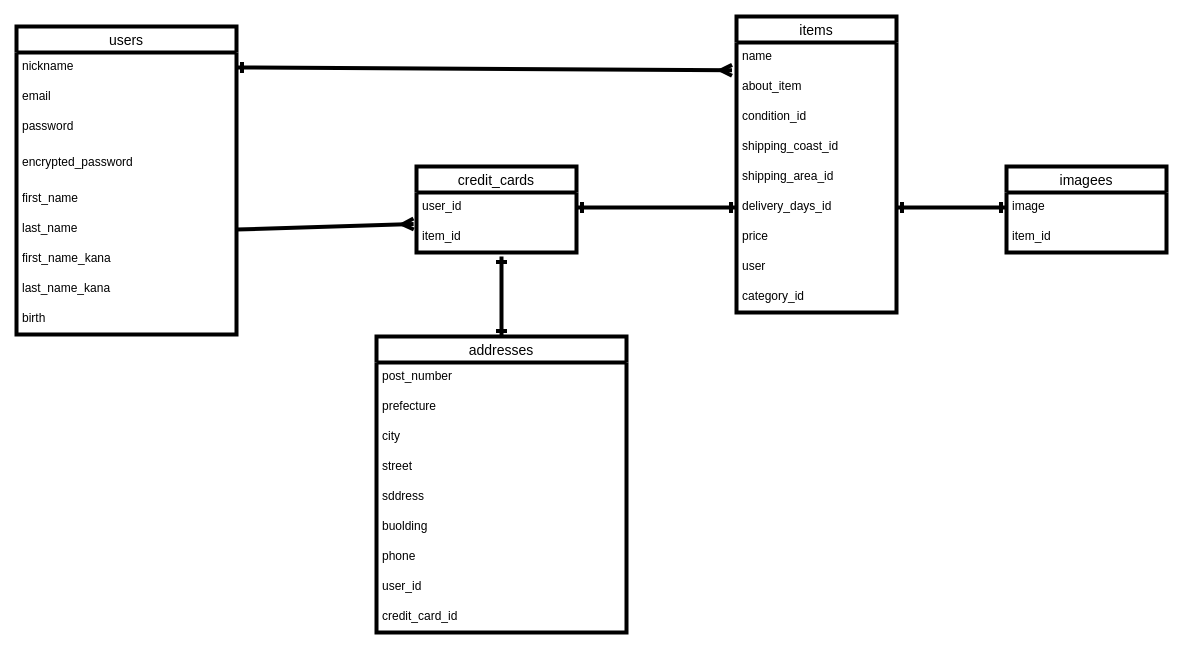
Above: app/views/test.dio in hugele/furima-3798 (draw.io), before the change. Source tidied: cells renumbered, new cells numbered last; positions are measured from the earlier drawing's top-left corner, leaving out a move shared by most shapes. Both pictures are drawn from the tidied source at 100%, with x=0, y=0 at pixel (16, 16).
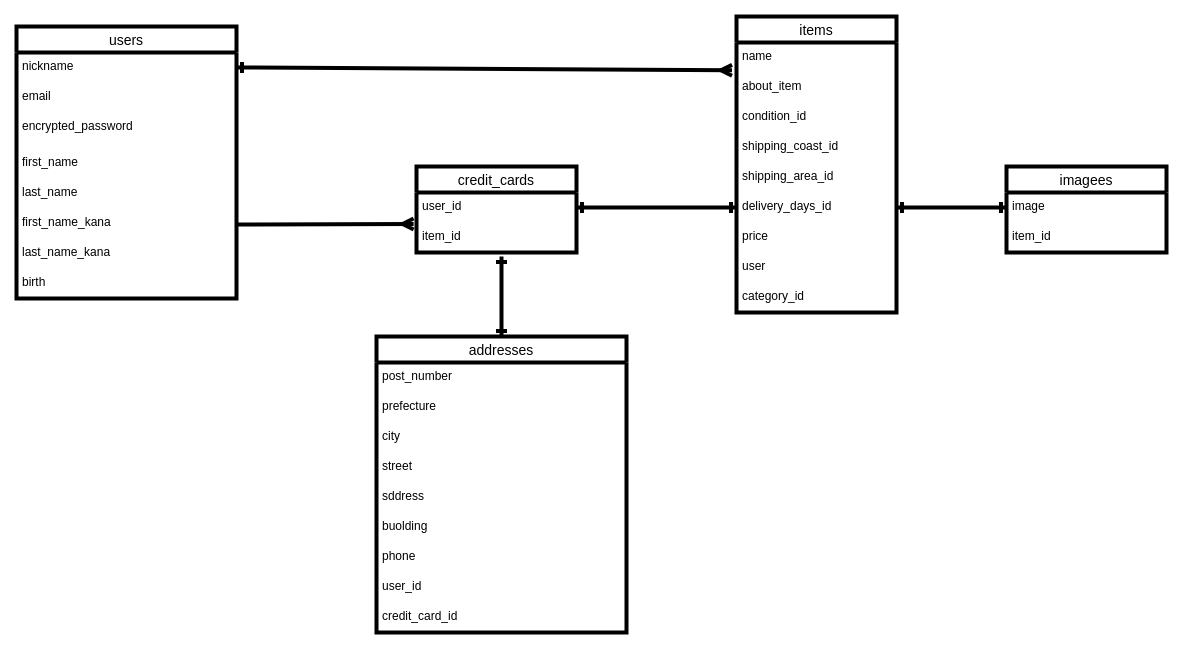
The same page after the edit.

Commit message (it also covers changes not shown here):
データベースの修正

The change refers to these unchanged cells:
```xml
<mxCell id="35" value="item_id" style="text;strokeColor=none;fillColor=none;spacingLeft=4;spacingRight=4;overflow=hidden;points=[[0,0.5],[1,0.5]];portConstraint=eastwest;fontSize=12;strokeWidth=4;" parent="33" vertex="1">
  <mxGeometry y="56" width="160" height="30" as="geometry" />
</mxCell>
```

Change to the diagram source:
```diff
@@
     <mxCell id="13" value="users" style="swimlane;fontStyle=0;horizontal=1;startSize=26;align=center;fontSize=14;strokeWidth=4;" parent="1" vertex="1">
-      <mxGeometry y="10" width="220" height="308" as="geometry" />
+      <mxGeometry y="10" width="220" height="272" as="geometry" />
     </mxCell>
@@
-    <mxCell id="16" value="password" style="text;strokeColor=none;fillColor=none;spacingLeft=4;spacingRight=4;overflow=hidden;fontSize=12;strokeWidth=4;" parent="13" vertex="1">
-      <mxGeometry y="86" width="220" height="36" as="geometry" />
-    </mxCell>
     <mxCell id="17" value="encrypted_password" style="text;strokeColor=none;fillColor=none;spacingLeft=4;spacingRight=4;overflow=hidden;fontSize=12;strokeWidth=4;" parent="13" vertex="1">
-      <mxGeometry y="122" width="220" height="36" as="geometry" />
+      <mxGeometry y="86" width="220" height="36" as="geometry" />
     </mxCell>
     <mxCell id="18" value="first_name" style="text;strokeColor=none;fillColor=none;spacingLeft=4;spacingRight=4;overflow=hidden;fontSize=12;strokeWidth=4;" parent="13" vertex="1">
-      <mxGeometry y="158" width="220" height="30" as="geometry" />
+      <mxGeometry y="122" width="220" height="30" as="geometry" />
     </mxCell>
     <mxCell id="19" value="last_name" style="text;strokeColor=none;fillColor=none;spacingLeft=4;spacingRight=4;overflow=hidden;points=[[0,0.5],[1,0.5]];portConstraint=eastwest;fontSize=12;strokeWidth=4;" parent="13" vertex="1">
-      <mxGeometry y="188" width="220" height="30" as="geometry" />
+      <mxGeometry y="152" width="220" height="30" as="geometry" />
     </mxCell>
     <mxCell id="20" value="first_name_kana" style="text;strokeColor=none;fillColor=none;spacingLeft=4;spacingRight=4;overflow=hidden;fontSize=12;strokeWidth=4;" parent="13" vertex="1">
-      <mxGeometry y="218" width="220" height="30" as="geometry" />
+      <mxGeometry y="182" width="220" height="30" as="geometry" />
     </mxCell>
     <mxCell id="21" value="last_name_kana" style="text;strokeColor=none;fillColor=none;spacingLeft=4;spacingRight=4;overflow=hidden;fontSize=12;strokeWidth=4;" parent="13" vertex="1">
-      <mxGeometry y="248" width="220" height="30" as="geometry" />
+      <mxGeometry y="212" width="220" height="30" as="geometry" />
     </mxCell>
     <mxCell id="22" value="birth" style="text;strokeColor=none;fillColor=none;spacingLeft=4;spacingRight=4;overflow=hidden;fontSize=12;strokeWidth=4;" parent="13" vertex="1">
-      <mxGeometry y="278" width="220" height="30" as="geometry" />
+      <mxGeometry y="242" width="220" height="30" as="geometry" />
     </mxCell>
@@
-    <mxCell id="42" style="edgeStyle=none;html=1;exitX=1;exitY=0.5;exitDx=0;exitDy=0;entryX=-0.018;entryY=0.05;entryDx=0;entryDy=0;entryPerimeter=0;startArrow=none;startFill=0;endArrow=ERmany;endFill=0;strokeWidth=4;" parent="1" edge="1" source="19" target="35">
-      <mxGeometry relative="1" as="geometry" />
+    <mxCell id="42" style="edgeStyle=none;html=1;entryX=-0.018;entryY=0.05;entryDx=0;entryDy=0;entryPerimeter=0;startArrow=none;startFill=0;endArrow=ERmany;endFill=0;strokeWidth=4;" parent="1" edge="1" target="35">
+      <mxGeometry relative="1" as="geometry">
+        <mxPoint x="220" y="208" as="sourcePoint" />
+      </mxGeometry>
     </mxCell>
```
